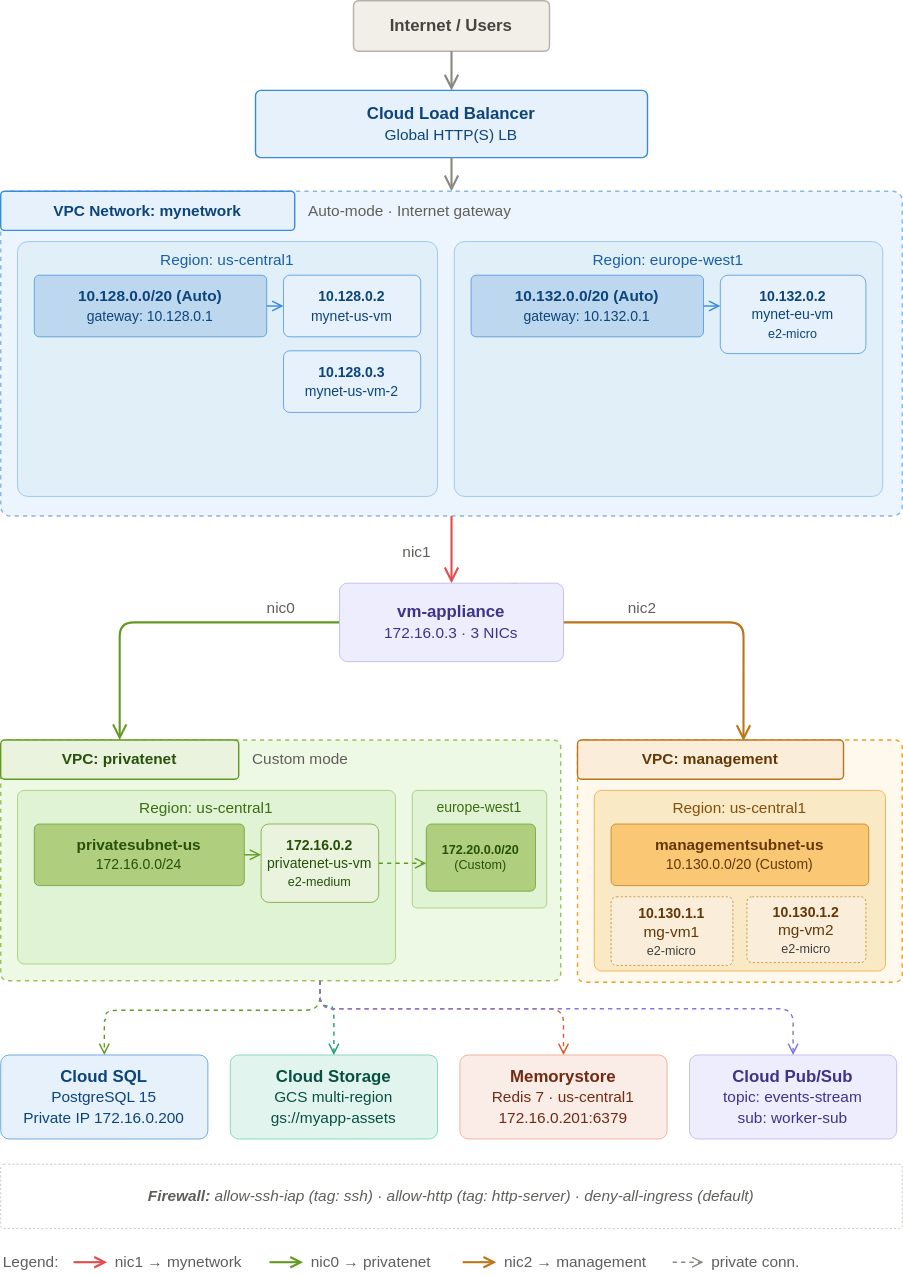
Ox03bb/Cloud-Infra keeps this draw.io diagram as docs/img/archi.svg. Above is the earlier version. Source tidied: cells renumbered, new cells last; positions are measured from the earlier drawing's top-left corner, leaving out a move shared by most shapes.
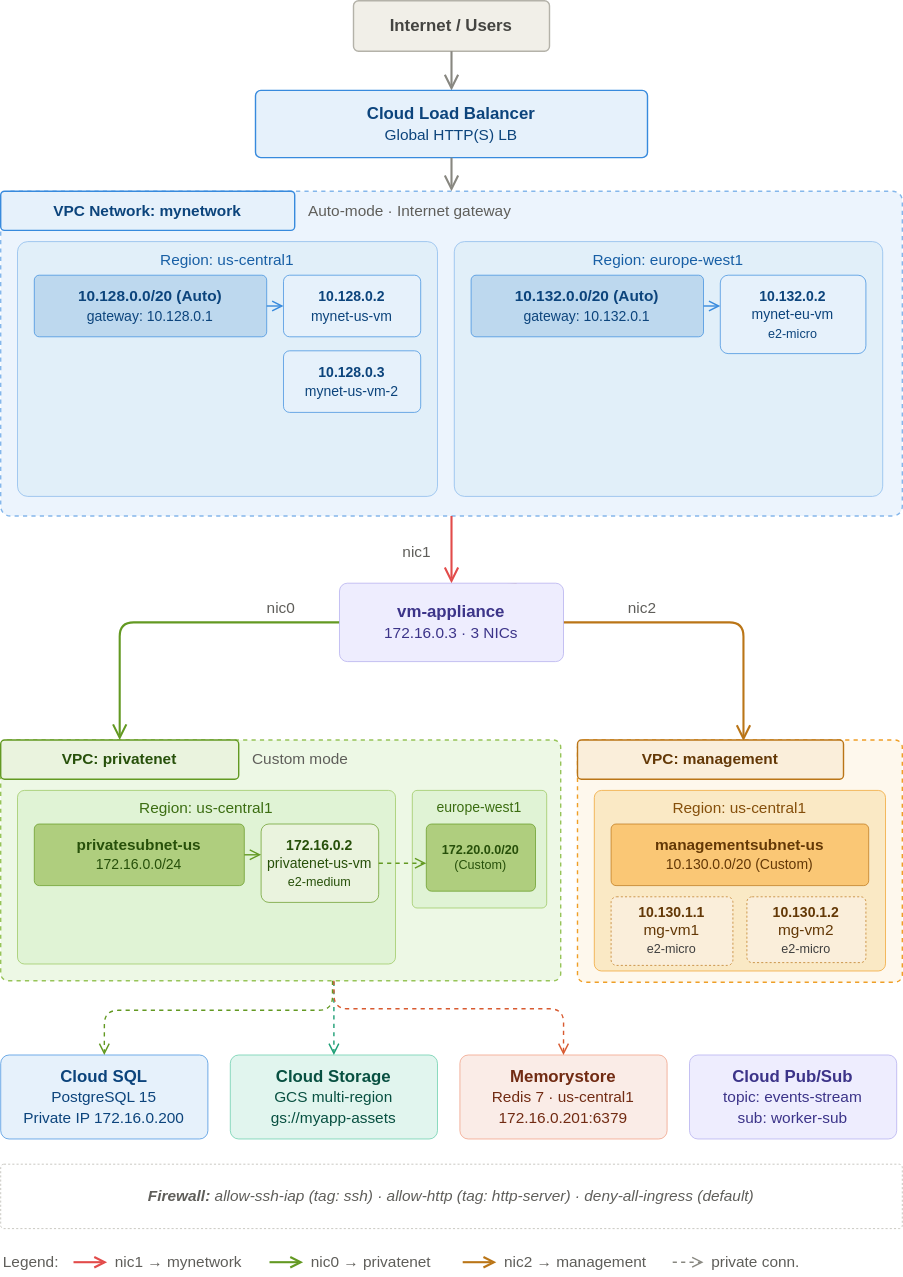
After the change.

The edit, as a diff of the source:
```diff
@@ -150,42 +150,25 @@
     </mxCell>
     <mxCell id="43" style="endArrow=open;endSize=6;endFill=0;strokeColor=#639922;strokeWidth=1;dashed=1;edgeStyle=orthogonalEdgeStyle;entryX=0.5;entryY=0;entryDx=0;entryDy=0;" parent="1" edge="1" target="39">
       <mxGeometry relative="1" as="geometry">
-        <mxPoint x="228" y="700" as="sourcePoint" />
+        <mxPoint x="237" y="700" as="sourcePoint" />
         <Array as="points">
-          <mxPoint x="228" y="721" />
-          <mxPoint x="75" y="721" />
-          <mxPoint x="75" y="728" />
-          <mxPoint x="74" y="728" />
+          <mxPoint x="237" y="721" />
+          <mxPoint x="74" y="721" />
         </Array>
       </mxGeometry>
     </mxCell>
-    <mxCell id="44" style="endArrow=open;endSize=6;endFill=0;strokeColor=#1D9E75;strokeWidth=1;dashed=1;edgeStyle=orthogonalEdgeStyle;entryX=0.5;entryY=0;entryDx=0;entryDy=0;" parent="1" edge="1" target="40">
-      <mxGeometry relative="1" as="geometry">
-        <mxPoint x="228" y="700" as="sourcePoint" />
-        <Array as="points">
-          <mxPoint x="228" y="718" />
-          <mxPoint x="238" y="718" />
-        </Array>
-      </mxGeometry>
+    <mxCell id="44" style="endArrow=open;endSize=6;endFill=0;strokeColor=#1D9E75;strokeWidth=1;dashed=1;edgeStyle=orthogonalEdgeStyle;entryX=0.5;entryY=0;entryDx=0;entryDy=0;exitX=0.595;exitY=1.004;exitDx=0;exitDy=0;exitPerimeter=0;" parent="1" edge="1" source="24" target="40">
+      <mxGeometry relative="1" as="geometry" />
     </mxCell>
     <mxCell id="45" style="endArrow=open;endSize=6;endFill=0;strokeColor=#D85A30;strokeWidth=1;dashed=1;edgeStyle=orthogonalEdgeStyle;entryX=0.5;entryY=0;entryDx=0;entryDy=0;" parent="1" edge="1" target="41">
       <mxGeometry relative="1" as="geometry">
-        <mxPoint x="228" y="700" as="sourcePoint" />
+        <mxPoint x="238" y="700" as="sourcePoint" />
         <Array as="points">
-          <mxPoint x="228" y="720" />
+          <mxPoint x="238" y="720" />
           <mxPoint x="402" y="720" />
         </Array>
       </mxGeometry>
     </mxCell>
-    <mxCell id="46" style="endArrow=open;endSize=6;endFill=0;strokeColor=#7F77DD;strokeWidth=1;dashed=1;entryX=0.5;entryY=0;entryDx=0;entryDy=0;edgeStyle=orthogonalEdgeStyle;" parent="1" edge="1" target="42">
-      <mxGeometry relative="1" as="geometry">
-        <mxPoint x="228" y="700" as="sourcePoint" />
-        <Array as="points">
-          <mxPoint x="228" y="720" />
-          <mxPoint x="566" y="720" />
-        </Array>
-      </mxGeometry>
-    </mxCell>
     <mxCell id="47" value="&lt;i&gt;&lt;b&gt;Firewall:&lt;/b&gt; allow-ssh-iap (tag: ssh) · allow-http (tag: http-server) · deny-all-ingress (default)&lt;/i&gt;" style="rounded=1;arcSize=5;whiteSpace=wrap;html=1;fillColor=none;strokeColor=#B4B2A9;strokeWidth=0.5;fontColor=#5F5E5A;fontSize=11;dashed=1;verticalAlign=middle;" parent="1" vertex="1">
       <mxGeometry y="831" width="644" height="46" as="geometry" />
     </mxCell>
```
